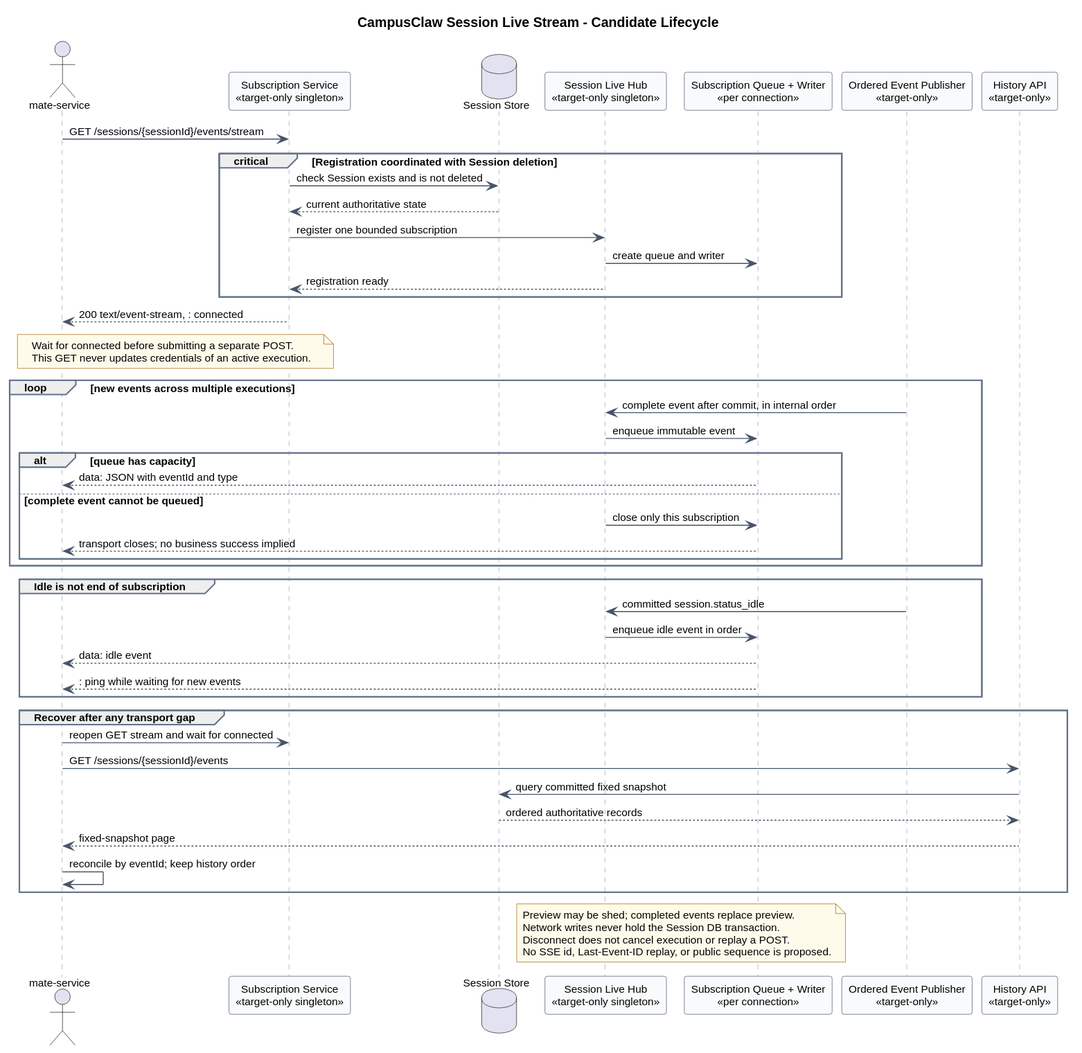
The PlantUML diagram 01-总体架构/01-CampusClaw多Agent运行时/设计图/事件接口重设计/target_session_live_stream_lifecycle.svg in ssm0808/pi-mono-java-design, before a commit.
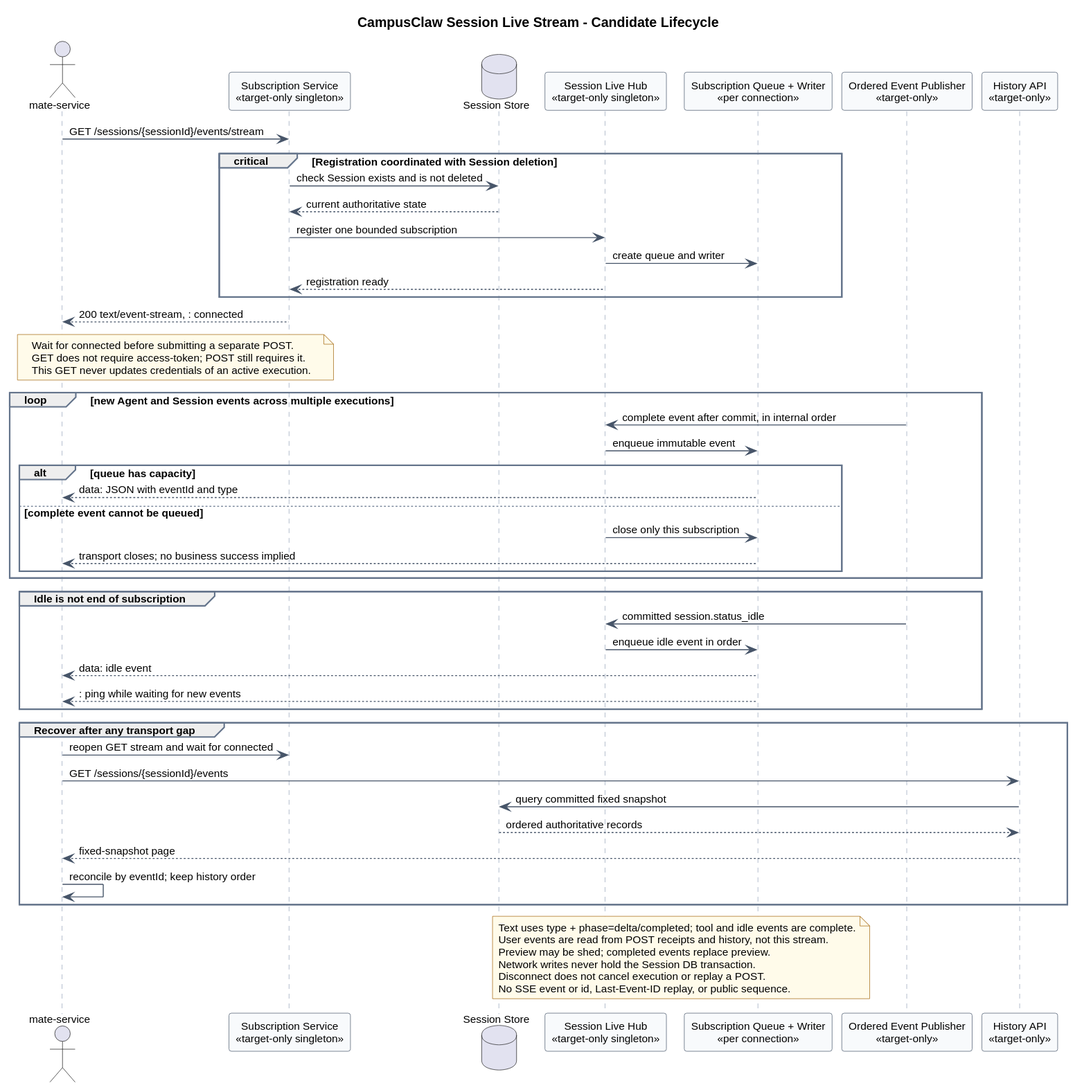
After the change.

Commit message:
docs(runtime): 确认 Session 实时订阅四项契约选择

Change to the diagram source:
```diff
@@ -37,10 +37,11 @@
 Service --> Client : 200 text/event-stream, : connected
 note over Client,Service
 Wait for connected before submitting a separate POST.
+GET does not require access-token; POST still requires it.
 This GET never updates credentials of an active execution.
 end note
 
-loop new events across multiple executions
+loop new Agent and Session events across multiple executions
   Publisher -> Hub : complete event after commit, in internal order
   Hub -> Connection : enqueue immutable event
   alt queue has capacity
@@ -68,9 +69,11 @@
 end
 
 note over Hub,Connection
+Text uses type + phase=delta/completed; tool and idle events are complete.
+User events are read from POST receipts and history, not this stream.
 Preview may be shed; completed events replace preview.
 Network writes never hold the Session DB transaction.
 Disconnect does not cancel execution or replay a POST.
-No SSE id, Last-Event-ID replay, or public sequence is proposed.
+No SSE event or id, Last-Event-ID replay, or public sequence.
 end note
 @enduml
```
